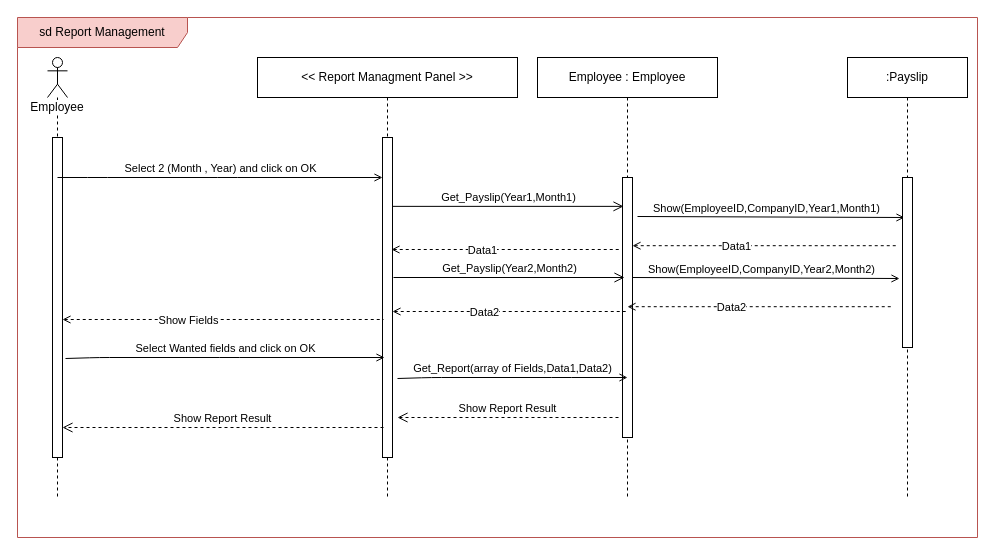
The draw.io diagram page "ViewReport-SD" (3 of 20) of SequenceDiagram/Middleware_CarBaMaSequenceDiagram.drawio in MelvinMo/CarBaMa_Automotive-Sale-Application, before the edit. Source tidied: cells renumbered, new cells numbered last; positions are measured from the earlier drawing's top-left corner, leaving out a move shared by most shapes. Both pictures are drawn from the tidied source at 100%, with x=0, y=0 at pixel (17, 17).
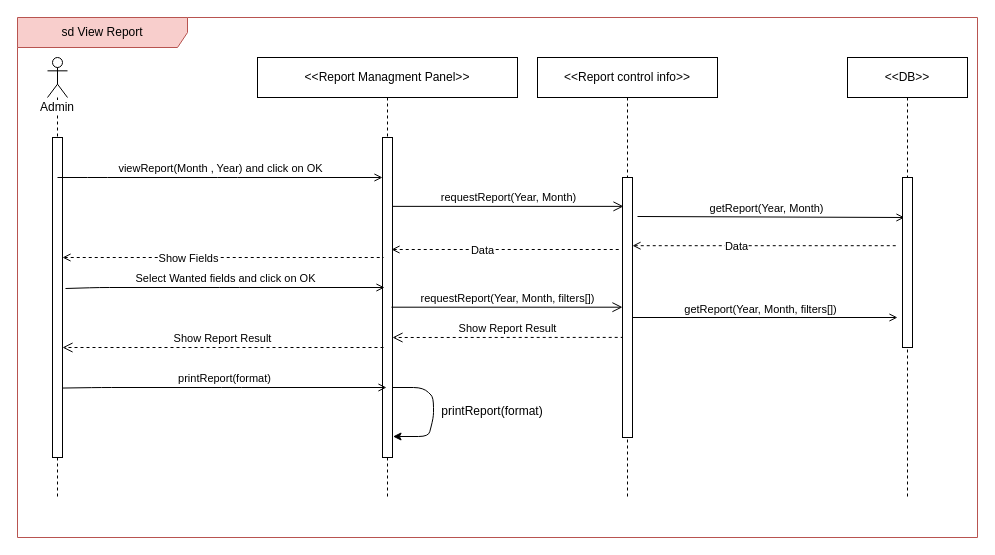
Above is the later version.

Unchanged cells that the change refers to:
```xml
<mxCell id="4" style="html=1;points=[];perimeter=orthogonalPerimeter;" parent="3" vertex="1">
  <mxGeometry x="5" y="80" width="10" height="320" as="geometry" />
</mxCell>
<mxCell id="6" style="html=1;points=[];perimeter=orthogonalPerimeter;" parent="5" vertex="1">
  <mxGeometry x="125" y="80" width="10" height="320" as="geometry" />
</mxCell>
<mxCell id="9" style="html=1;points=[];perimeter=orthogonalPerimeter;" parent="8" vertex="1">
  <mxGeometry x="85" y="120" width="10" height="260" as="geometry" />
</mxCell>
<mxCell id="12" style="endArrow=none;dashed=1;html=1;entryX=0.88;entryY=0.536;entryDx=0;entryDy=0;entryPerimeter=0;startArrow=open;startFill=0;" parent="1" edge="1">
  <mxGeometry relative="1" as="geometry">
    <mxPoint x="615" y="228.2" as="sourcePoint" />
    <mxPoint x="880" y="228.2" as="targetPoint" />
  </mxGeometry>
</mxCell>
<mxCell id="14" style="endArrow=open;html=1;entryX=0.2;entryY=0.357;entryDx=0;entryDy=0;entryPerimeter=0;endFill=0;" parent="1" edge="1">
  <mxGeometry relative="1" as="geometry">
    <mxPoint x="620" y="199" as="sourcePoint" />
    <mxPoint x="887" y="200" as="targetPoint" />
  </mxGeometry>
</mxCell>
<mxCell id="30" style="endArrow=none;dashed=1;html=1;startArrow=open;startFill=0;" parent="1" edge="1">
  <mxGeometry relative="1" as="geometry">
    <mxPoint x="374" y="232" as="sourcePoint" />
    <mxPoint x="604" y="232" as="targetPoint" />
  </mxGeometry>
</mxCell>
```

Diff of the diagram source:
```diff
@@
-    <mxCell id="2" value="sd Report Management" style="shape=umlFrame;whiteSpace=wrap;html=1;width=170;height=30;fillColor=#f8cecc;strokeColor=#b85450;" parent="1" vertex="1">
+    <mxCell id="2" value="sd View Report" style="shape=umlFrame;whiteSpace=wrap;html=1;width=170;height=30;fillColor=#f8cecc;strokeColor=#b85450;" parent="1" vertex="1">
       <mxGeometry width="960" height="520" as="geometry" />
     </mxCell>
-    <mxCell id="3" value="Employee" style="shape=umlLifeline;participant=umlActor;perimeter=lifelinePerimeter;whiteSpace=wrap;html=1;verticalAlign=top;spacingTop=36;labelBackgroundColor=#ffffff;" parent="1" vertex="1">
+    <mxCell id="3" value="Admin" style="shape=umlLifeline;participant=umlActor;perimeter=lifelinePerimeter;whiteSpace=wrap;html=1;verticalAlign=top;spacingTop=36;labelBackgroundColor=#ffffff;" parent="1" vertex="1">
       <mxGeometry x="30" y="40" width="20" height="440" as="geometry" />
     </mxCell>
@@
-    <mxCell id="5" value="&amp;lt;&amp;lt; Report Managment Panel &amp;gt;&amp;gt;" style="shape=umlLifeline;perimeter=lifelinePerimeter;whiteSpace=wrap;html=1;" parent="1" vertex="1">
+    <mxCell id="5" value="&amp;lt;&amp;lt;Report Managment Panel&amp;gt;&amp;gt;" style="shape=umlLifeline;perimeter=lifelinePerimeter;whiteSpace=wrap;html=1;size=40;" parent="1" vertex="1">
       <mxGeometry x="240" y="40" width="260" height="440" as="geometry" />
     </mxCell>
@@
+    <mxCell id="28" value="requestReport(Year, Month, filters[])" style="html=1;verticalAlign=bottom;endArrow=open;endSize=8;entryX=0.1;entryY=0.111;entryDx=0;entryDy=0;entryPerimeter=0;" parent="5" edge="1">
+      <mxGeometry relative="1" as="geometry">
+        <mxPoint x="134" y="249.7" as="sourcePoint" />
+        <mxPoint x="365" y="249.7" as="targetPoint" />
+      </mxGeometry>
+    </mxCell>
+    <mxCell id="29" value="Show Report Result" style="html=1;verticalAlign=bottom;endArrow=open;dashed=1;endSize=8;exitX=0.121;exitY=0.615;exitDx=0;exitDy=0;exitPerimeter=0;" parent="5" edge="1" source="9">
+      <mxGeometry relative="1" as="geometry">
+        <mxPoint x="135" y="280" as="targetPoint" />
+      </mxGeometry>
+    </mxCell>
+    <mxCell id="32" style="endArrow=classic;html=1;exitX=0.9;exitY=0.111;exitDx=0;exitDy=0;exitPerimeter=0;entryX=0.952;entryY=0.153;entryDx=0;entryDy=0;entryPerimeter=0;" parent="5" edge="1">
+      <mxGeometry relative="1" as="geometry">
+        <mxPoint x="135" y="330" as="sourcePoint" />
+        <mxPoint x="135.5" y="379" as="targetPoint" />
+        <Array as="points">
+          <mxPoint x="166" y="330" />
+          <mxPoint x="176" y="340" />
+          <mxPoint x="176" y="360" />
+          <mxPoint x="171" y="379" />
+        </Array>
+      </mxGeometry>
+    </mxCell>
+    <mxCell id="33" value="printReport(format)" style="text;html=1;strokeColor=none;fillColor=none;align=center;verticalAlign=middle;whiteSpace=wrap;rounded=0;" parent="5" vertex="1">
+      <mxGeometry x="180" y="344" width="110" height="20" as="geometry" />
+    </mxCell>
-    <mxCell id="7" value="Select 2 (Month , Year) and click on OK" style="html=1;verticalAlign=bottom;endArrow=open;endFill=0;" parent="1" edge="1" target="6">
+    <mxCell id="7" value="viewReport(Month , Year) and click on OK" style="html=1;verticalAlign=bottom;endArrow=open;endFill=0;" parent="1" edge="1" target="6">
       <mxGeometry relative="1" as="geometry">
         <mxPoint x="40" y="160" as="sourcePoint" />
         <Array as="points">
           <mxPoint x="80" y="160" />
           <mxPoint x="210" y="160" />
         </Array>
       </mxGeometry>
     </mxCell>
-    <mxCell id="8" value="Employee : Employee" style="shape=umlLifeline;perimeter=lifelinePerimeter;whiteSpace=wrap;html=1;" parent="1" vertex="1">
+    <mxCell id="8" value="&amp;lt;&amp;lt;Report control info&amp;gt;&amp;gt;" style="shape=umlLifeline;perimeter=lifelinePerimeter;whiteSpace=wrap;html=1;" parent="1" vertex="1">
       <mxGeometry x="520" y="40" width="180" height="440" as="geometry" />
     </mxCell>
@@
+    <mxCell id="34" style="endArrow=open;html=1;endFill=0;" parent="8" edge="1">
+      <mxGeometry relative="1" as="geometry">
+        <mxPoint x="95" y="260" as="sourcePoint" />
+        <mxPoint x="360" y="260" as="targetPoint" />
+      </mxGeometry>
+    </mxCell>
+    <mxCell id="35" value="getReport(Year, Month, filters[])" style="edgeLabel;html=1;align=center;verticalAlign=middle;" parent="34" vertex="1">
+      <mxGeometry x="-0.5" y="2" relative="1" as="geometry">
+        <mxPoint x="61" y="-7" as="offset" />
+      </mxGeometry>
+    </mxCell>
-    <mxCell id="10" value="Get_Payslip(Year1,Month1)" style="html=1;verticalAlign=bottom;endArrow=open;endSize=8;entryX=0.1;entryY=0.111;entryDx=0;entryDy=0;entryPerimeter=0;" parent="1" edge="1" source="6" target="9">
+    <mxCell id="10" value="requestReport(Year, Month)" style="html=1;verticalAlign=bottom;endArrow=open;endSize=8;entryX=0.1;entryY=0.111;entryDx=0;entryDy=0;entryPerimeter=0;" parent="1" edge="1" source="6" target="9">
       <mxGeometry relative="1" as="geometry" />
     </mxCell>
     <mxCell id="11" value="Show Report Result" style="html=1;verticalAlign=bottom;endArrow=open;dashed=1;endSize=8;exitX=0.1;exitY=0.959;exitDx=0;exitDy=0;exitPerimeter=0;" parent="1" edge="1">
       <mxGeometry relative="1" as="geometry">
-        <mxPoint x="366" y="410" as="sourcePoint" />
-        <mxPoint x="45" y="410" as="targetPoint" />
+        <mxPoint x="366" y="330" as="sourcePoint" />
+        <mxPoint x="45" y="330" as="targetPoint" />
       </mxGeometry>
     </mxCell>
@@
-    <mxCell id="13" value="Data1" style="edgeLabel;html=1;align=center;verticalAlign=middle;" parent="12" vertex="1">
+    <mxCell id="13" value="Data" style="edgeLabel;html=1;align=center;verticalAlign=middle;" parent="12" vertex="1">
       <mxGeometry x="-0.22" relative="1" as="geometry" />
     </mxCell>
@@
-    <mxCell id="15" value="Show(EmployeeID,CompanyID,Year1,Month1)" style="edgeLabel;html=1;align=center;verticalAlign=middle;" parent="14" vertex="1">
+    <mxCell id="15" value="getReport(Year, Month)" style="edgeLabel;html=1;align=center;verticalAlign=middle;" parent="14" vertex="1">
       <mxGeometry x="-0.5" y="2" relative="1" as="geometry">
         <mxPoint x="61" y="-7" as="offset" />
       </mxGeometry>
     </mxCell>
-    <mxCell id="16" value=":Payslip" style="shape=umlLifeline;perimeter=lifelinePerimeter;whiteSpace=wrap;html=1;" parent="1" vertex="1">
+    <mxCell id="16" value="&amp;lt;&amp;lt;DB&amp;gt;&amp;gt;" style="shape=umlLifeline;perimeter=lifelinePerimeter;whiteSpace=wrap;html=1;" parent="1" vertex="1">
       <mxGeometry x="830" y="40" width="120" height="440" as="geometry" />
     </mxCell>
@@
-    <mxCell id="18" style="endArrow=none;dashed=1;html=1;startArrow=open;startFill=0;" parent="1" edge="1">
-      <mxGeometry relative="1" as="geometry">
-        <mxPoint x="375" y="294" as="sourcePoint" />
-        <mxPoint x="609.5" y="294" as="targetPoint" />
-      </mxGeometry>
-    </mxCell>
-    <mxCell id="19" value="Data2" style="edgeLabel;html=1;align=center;verticalAlign=middle;" parent="18" vertex="1">
-      <mxGeometry x="-0.22" relative="1" as="geometry" />
-    </mxCell>
     <mxCell id="20" style="endArrow=none;dashed=1;html=1;startArrow=open;startFill=0;entryX=0.1;entryY=0.503;entryDx=0;entryDy=0;entryPerimeter=0;" parent="1" edge="1">
       <mxGeometry relative="1" as="geometry">
-        <mxPoint x="45" y="302" as="sourcePoint" />
-        <mxPoint x="366" y="302" as="targetPoint" />
+        <mxPoint x="45" y="240" as="sourcePoint" />
+        <mxPoint x="366" y="240" as="targetPoint" />
       </mxGeometry>
     </mxCell>
@@
     <mxCell id="22" value="Select Wanted fields and click on OK" style="html=1;verticalAlign=bottom;endArrow=open;endFill=0;exitX=1.1;exitY=0.114;exitDx=0;exitDy=0;exitPerimeter=0;" parent="1" edge="1">
       <mxGeometry relative="1" as="geometry">
-        <mxPoint x="48" y="341" as="sourcePoint" />
-        <mxPoint x="367" y="340" as="targetPoint" />
+        <mxPoint x="48" y="271" as="sourcePoint" />
+        <mxPoint x="367" y="270" as="targetPoint" />
         <Array as="points">
-          <mxPoint x="82" y="340" />
-          <mxPoint x="212" y="340" />
+          <mxPoint x="82" y="270" />
+          <mxPoint x="212" y="270" />
         </Array>
       </mxGeometry>
     </mxCell>
-    <mxCell id="23" value="Get_Report(array of Fields,Data1,Data2)" style="html=1;verticalAlign=bottom;endArrow=open;endFill=0;exitX=1.1;exitY=0.114;exitDx=0;exitDy=0;exitPerimeter=0;" parent="1" edge="1">
-      <mxGeometry relative="1" as="geometry">
-        <mxPoint x="380" y="361" as="sourcePoint" />
-        <mxPoint x="610" y="360" as="targetPoint" />
-        <Array as="points">
-          <mxPoint x="414" y="360" />
-          <mxPoint x="544" y="360" />
-        </Array>
-      </mxGeometry>
-    </mxCell>
-    <mxCell id="24" style="endArrow=none;dashed=1;html=1;entryX=0.88;entryY=0.536;entryDx=0;entryDy=0;entryPerimeter=0;startArrow=open;startFill=0;" parent="1" edge="1">
-      <mxGeometry relative="1" as="geometry">
-        <mxPoint x="610" y="289.2" as="sourcePoint" />
-        <mxPoint x="875" y="289.2" as="targetPoint" />
-      </mxGeometry>
-    </mxCell>
-    <mxCell id="25" value="Data2" style="edgeLabel;html=1;align=center;verticalAlign=middle;" parent="24" vertex="1">
-      <mxGeometry x="-0.22" relative="1" as="geometry" />
-    </mxCell>
-    <mxCell id="26" style="endArrow=open;html=1;entryX=0.2;entryY=0.357;entryDx=0;entryDy=0;entryPerimeter=0;endFill=0;" parent="1" edge="1">
-      <mxGeometry relative="1" as="geometry">
-        <mxPoint x="615" y="260" as="sourcePoint" />
-        <mxPoint x="882" y="261" as="targetPoint" />
-      </mxGeometry>
-    </mxCell>
-    <mxCell id="27" value="Show(EmployeeID,CompanyID,Year2,Month2)" style="edgeLabel;html=1;align=center;verticalAlign=middle;" parent="26" vertex="1">
-      <mxGeometry x="-0.5" y="2" relative="1" as="geometry">
-        <mxPoint x="61" y="-7" as="offset" />
-      </mxGeometry>
-    </mxCell>
-    <mxCell id="28" value="Get_Payslip(Year2,Month2)" style="html=1;verticalAlign=bottom;endArrow=open;endSize=8;entryX=0.1;entryY=0.111;entryDx=0;entryDy=0;entryPerimeter=0;" parent="1" edge="1">
-      <mxGeometry relative="1" as="geometry">
-        <mxPoint x="376" y="260" as="sourcePoint" />
-        <mxPoint x="607" y="260" as="targetPoint" />
-      </mxGeometry>
-    </mxCell>
-    <mxCell id="29" value="Show Report Result" style="html=1;verticalAlign=bottom;endArrow=open;dashed=1;endSize=8;exitX=0.1;exitY=0.959;exitDx=0;exitDy=0;exitPerimeter=0;" parent="1" edge="1">
-      <mxGeometry relative="1" as="geometry">
-        <mxPoint x="601" y="400" as="sourcePoint" />
-        <mxPoint x="380" y="400" as="targetPoint" />
-      </mxGeometry>
-    </mxCell>
@@
-    <mxCell id="31" value="Data1" style="edgeLabel;html=1;align=center;verticalAlign=middle;" parent="30" vertex="1">
+    <mxCell id="31" value="Data" style="edgeLabel;html=1;align=center;verticalAlign=middle;" parent="30" vertex="1">
       <mxGeometry x="-0.22" relative="1" as="geometry" />
     </mxCell>
+    <mxCell id="36" value="printReport(format)" style="html=1;verticalAlign=bottom;endArrow=open;endFill=0;exitX=0.955;exitY=0.783;exitDx=0;exitDy=0;exitPerimeter=0;" parent="1" edge="1" source="4">
+      <mxGeometry relative="1" as="geometry">
+        <mxPoint x="369" y="370" as="targetPoint" />
+        <Array as="points">
+          <mxPoint x="84" y="370" />
+          <mxPoint x="214" y="370" />
+        </Array>
+      </mxGeometry>
+    </mxCell>
```
